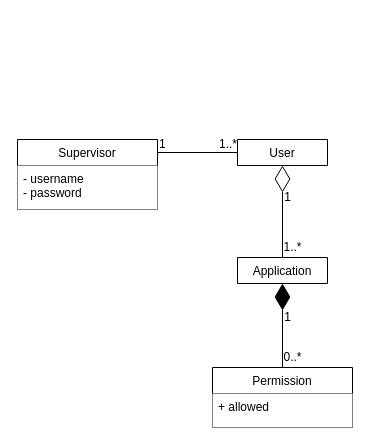
This is page "Page-2" (2 of 4) of Use Cases.drawio from oatenalex/PolicyLock, a draw.io file, before an edit. Source tidied: cells renumbered, new cells numbered last; positions are measured from the earlier drawing's top-left corner, leaving out a move shared by most shapes. Both pictures are drawn from the tidied source at 100%, with x=0, y=0 at pixel (17, 139).
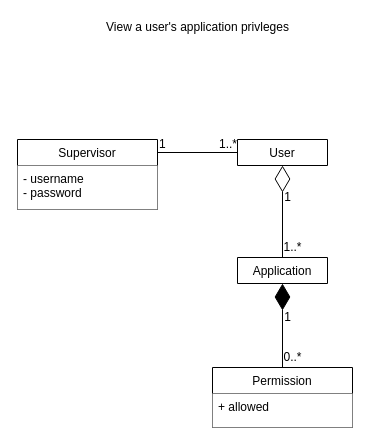
Above is the later version.

What changed in the source:
```diff
@@
 <mxGraphModel>
   <root>
     <mxCell id="0" />
     <mxCell id="1" parent="0" />
     <mxCell id="2" value="Supervisor" style="swimlane;fontStyle=0;horizontal=1;startSize=26;fillColor=default;" parent="1" vertex="1">
       <mxGeometry width="140" height="70" as="geometry" />
     </mxCell>
     <mxCell id="3" value="- username&#10;- password" style="text;strokeColor=none;fillColor=default;align=left;verticalAlign=top;spacingLeft=4;spacingRight=4;overflow=hidden;" parent="2" vertex="1">
       <mxGeometry y="26" width="140" height="44" as="geometry" />
     </mxCell>
     <mxCell id="4" value="User" style="swimlane;fontStyle=0;horizontal=1;startSize=26;fillColor=default;" parent="1" vertex="1" collapsed="1">
       <mxGeometry x="220" width="90" height="26" as="geometry" />
     </mxCell>
     <mxCell id="5" value="Application" style="swimlane;fontStyle=0;horizontal=1;startSize=26;fillColor=default;" parent="1" vertex="1" collapsed="1">
       <mxGeometry x="220" y="118" width="90" height="26" as="geometry" />
     </mxCell>
     <mxCell id="6" value="Permission" style="swimlane;fontStyle=0;horizontal=1;startSize=26;fillColor=default;" parent="1" vertex="1">
       <mxGeometry x="195" y="228" width="140" height="60" as="geometry" />
     </mxCell>
     <mxCell id="7" value="+ allowed" style="text;strokeColor=none;fillColor=default;align=left;verticalAlign=top;spacingLeft=4;spacingRight=4;overflow=hidden;" parent="6" vertex="1">
       <mxGeometry y="26" width="140" height="34" as="geometry" />
     </mxCell>
     <mxCell id="8" style="endArrow=none;html=1;rounded=0;entryX=0;entryY=0.5;entryDx=0;entryDy=0;" parent="1" edge="1" target="4">
       <mxGeometry relative="1" as="geometry">
         <mxPoint x="140" y="13" as="sourcePoint" />
       </mxGeometry>
     </mxCell>
     <mxCell id="9" value="1" style="html=1;align=left;verticalAlign=bottom;fillColor=default;" parent="8" vertex="1">
       <mxGeometry x="-1" relative="1" as="geometry" />
     </mxCell>
     <mxCell id="10" value="1..*" style="html=1;align=right;verticalAlign=bottom;fillColor=default;" parent="8" vertex="1">
       <mxGeometry x="1" relative="1" as="geometry" />
     </mxCell>
     <mxCell id="11" style="endArrow=diamondThin;endFill=0;endSize=24;html=1;rounded=0;exitX=0.5;exitY=0;exitDx=0;exitDy=0;entryX=0.5;entryY=1;entryDx=0;entryDy=0;" parent="1" edge="1" source="5" target="4">
       <mxGeometry relative="1" as="geometry" />
     </mxCell>
     <mxCell id="12" value="1" style="text;html=1;align=center;verticalAlign=middle;strokeColor=none;fillColor=none;" parent="1" vertex="1">
       <mxGeometry x="260" y="48" width="20" height="20" as="geometry" />
     </mxCell>
     <mxCell id="13" value="1..*" style="text;html=1;align=center;verticalAlign=middle;strokeColor=none;fillColor=none;" parent="1" vertex="1">
       <mxGeometry x="260" y="98" width="30" height="20" as="geometry" />
     </mxCell>
     <mxCell id="14" style="endArrow=diamondThin;endFill=1;endSize=24;html=1;rounded=0;exitX=0.5;exitY=0;exitDx=0;exitDy=0;entryX=0.5;entryY=1;entryDx=0;entryDy=0;" parent="1" edge="1" source="6" target="5">
       <mxGeometry relative="1" as="geometry" />
     </mxCell>
     <mxCell id="15" value="1" style="text;html=1;align=center;verticalAlign=middle;strokeColor=none;fillColor=none;" parent="1" vertex="1">
       <mxGeometry x="260" y="168" width="20" height="20" as="geometry" />
     </mxCell>
     <mxCell id="16" value="0..*" style="text;html=1;align=center;verticalAlign=middle;strokeColor=none;fillColor=none;" parent="1" vertex="1">
       <mxGeometry x="260" y="208" width="30" height="20" as="geometry" />
     </mxCell>
+    <mxCell id="17" value="View a user's application privleges" style="text;html=1;align=center;verticalAlign=middle;strokeColor=none;fillColor=none;" parent="1" vertex="1">
+      <mxGeometry x="80" y="-122" width="200" height="20" as="geometry" />
+    </mxCell>
   </root>
 </mxGraphModel>
```
